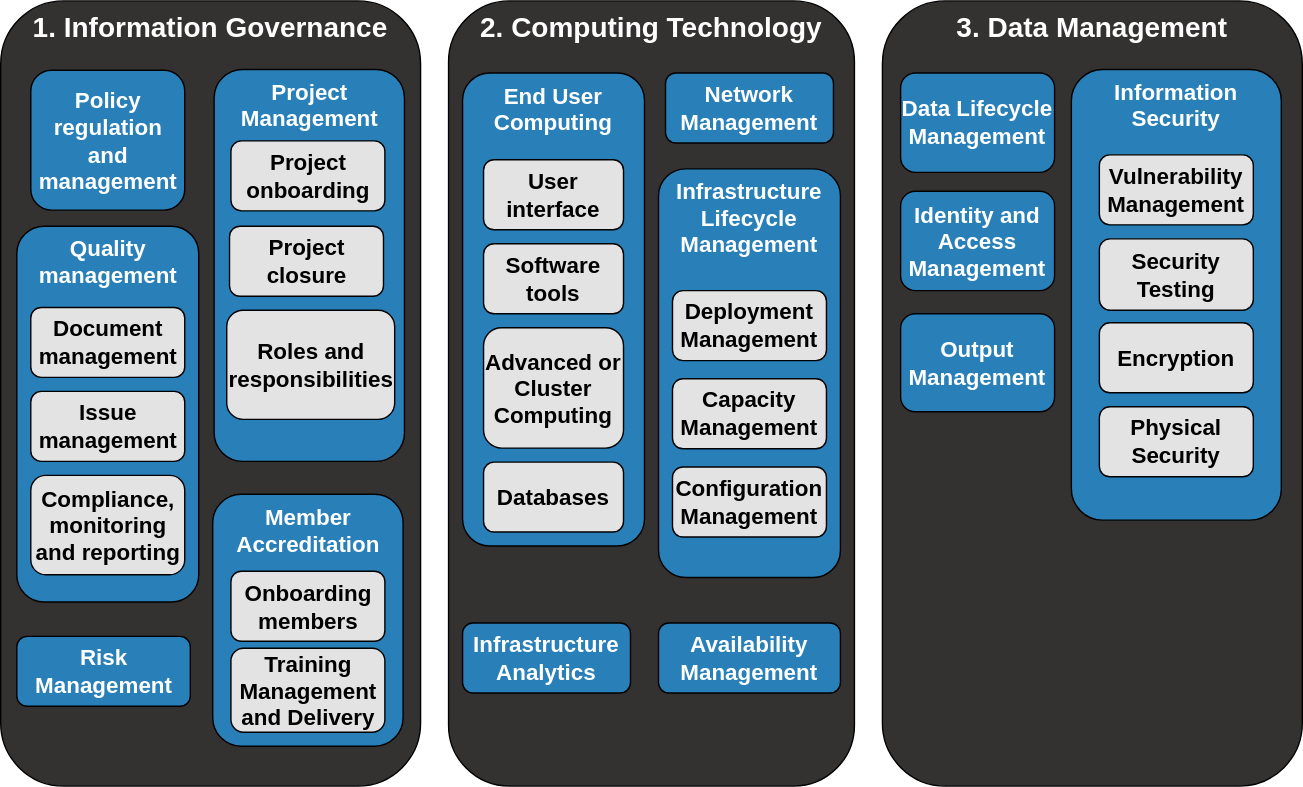
Before: docs/images/Capability_Map/full.drawio.svg, a diagram exported from draw.io (sa-tre/satre-specification). Source tidied: cells renumbered, new cells last; positions are measured from the earlier drawing's top-left corner, leaving out a move shared by most shapes.
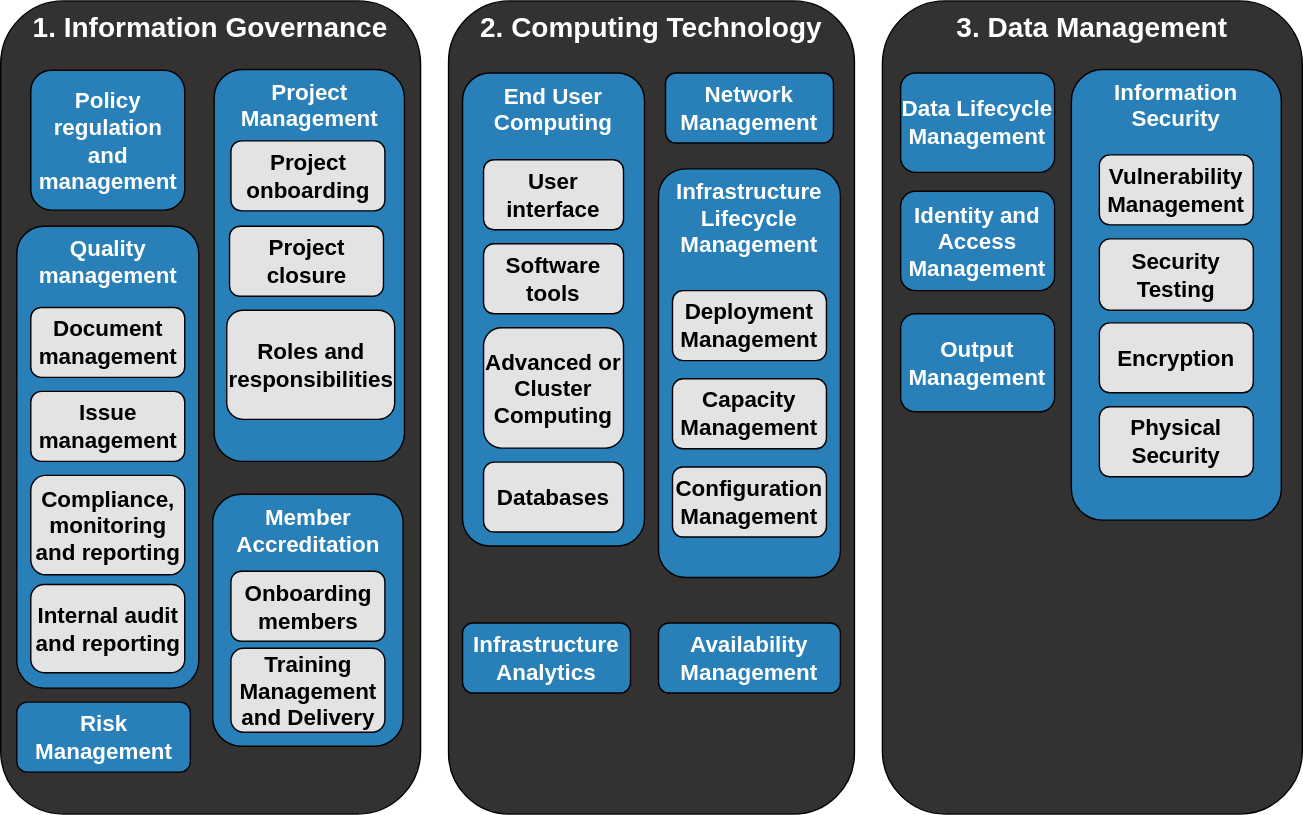
After the change.

Commit message:
restore Internal audit and reporting

The edit, as a diff of the source:
```diff
@@ -3,19 +3,19 @@
     <mxCell id="0" />
     <mxCell id="1" parent="0" />
     <mxCell id="2" value="&lt;font color=&quot;#ffffff&quot; style=&quot;font-size: 20px;&quot;&gt;2. Computing Technology&lt;/font&gt;" style="rounded=1;whiteSpace=wrap;html=1;fillColor=#343131;strokeColor=#000000;verticalAlign=top;fontSize=20;fontStyle=1;" parent="1" vertex="1">
-      <mxGeometry x="320" width="290" height="561" as="geometry" />
+      <mxGeometry x="320" width="290" height="581" as="geometry" />
     </mxCell>
     <mxCell id="3" value="&lt;font color=&quot;#ffffff&quot; style=&quot;font-size: 20px;&quot;&gt;1. Information Governance&lt;/font&gt;" style="rounded=1;whiteSpace=wrap;html=1;fillColor=#343131;strokeColor=#000000;verticalAlign=top;fontSize=20;fontStyle=1;" parent="1" vertex="1">
-      <mxGeometry width="300" height="561" as="geometry" />
+      <mxGeometry width="300" height="581" as="geometry" />
     </mxCell>
     <mxCell id="4" value="&lt;font color=&quot;#ffffff&quot; style=&quot;font-size: 20px;&quot;&gt;3. Data Management&lt;/font&gt;" style="rounded=1;whiteSpace=wrap;html=1;fillColor=#343131;strokeColor=#000000;verticalAlign=top;fontSize=20;fontStyle=1;gradientColor=none;" parent="1" vertex="1">
-      <mxGeometry x="630" width="300" height="561" as="geometry" />
+      <mxGeometry x="630" width="300" height="581" as="geometry" />
     </mxCell>
     <mxCell id="5" value="&lt;font style=&quot;font-size: 16px;&quot;&gt;Member Accreditation&lt;/font&gt;" style="rounded=1;whiteSpace=wrap;html=1;fillColor=#2980B9;strokeColor=#000000;verticalAlign=top;fontSize=16;fontStyle=1;fontColor=#FFFFFF;" parent="1" vertex="1">
       <mxGeometry x="151.5" y="352.5" width="136" height="180" as="geometry" />
     </mxCell>
     <mxCell id="6" value="&lt;font style=&quot;font-size: 16px;&quot;&gt;Risk Management&lt;/font&gt;" style="rounded=1;whiteSpace=wrap;html=1;fillColor=#2980B9;strokeColor=#000000;fontSize=16;fontStyle=1;fontColor=#FFFFFF;" parent="1" vertex="1">
-      <mxGeometry x="11.5" y="454" width="124" height="50" as="geometry" />
+      <mxGeometry x="11.5" y="501" width="124" height="50" as="geometry" />
     </mxCell>
     <mxCell id="7" value="&lt;font style=&quot;font-size: 16px;&quot;&gt;Training Management and Delivery&lt;/font&gt;" style="rounded=1;whiteSpace=wrap;html=1;fillColor=#E3E3E3;strokeColor=#000000;fontSize=16;fontStyle=1;fontColor=#000000;labelBorderColor=none;" parent="1" vertex="1">
       <mxGeometry x="164.5" y="462.5" width="110" height="60" as="geometry" />
@@ -69,7 +69,7 @@
       <mxGeometry x="21.5" y="49.5" width="110" height="100" as="geometry" />
     </mxCell>
     <mxCell id="24" value="&lt;font style=&quot;font-size: 16px;&quot;&gt;Quality management&lt;/font&gt;" style="rounded=1;whiteSpace=wrap;html=1;fillColor=#2980B9;strokeColor=#000000;verticalAlign=top;fontSize=16;fontStyle=1;fontColor=#FFFFFF;" parent="1" vertex="1">
-      <mxGeometry x="11.5" y="161" width="130" height="268.5" as="geometry" />
+      <mxGeometry x="11.5" y="161" width="130" height="330" as="geometry" />
     </mxCell>
     <mxCell id="25" value="&lt;font style=&quot;font-size: 16px;&quot;&gt;Document management&lt;/font&gt;" style="rounded=1;whiteSpace=wrap;html=1;fillColor=#E3E3E3;strokeColor=#000000;fontSize=16;fontStyle=1;fontColor=#000000;labelBorderColor=none;" parent="1" vertex="1">
       <mxGeometry x="21.5" y="219" width="110" height="50" as="geometry" />
@@ -110,5 +110,8 @@
     <mxCell id="37" value="&lt;font style=&quot;font-size: 16px;&quot;&gt;Availability Management&lt;/font&gt;" style="rounded=1;whiteSpace=wrap;html=1;fillColor=#2980B9;strokeColor=#000000;fontSize=16;fontStyle=1;fontColor=#FFFFFF;" parent="1" vertex="1">
       <mxGeometry x="470" y="444.5" width="130" height="50" as="geometry" />
     </mxCell>
+    <mxCell id="38" value="&lt;font style=&quot;font-size: 16px;&quot;&gt;Internal audit and reporting&lt;/font&gt;" style="rounded=1;whiteSpace=wrap;html=1;fillColor=#E3E3E3;strokeColor=#000000;fontSize=16;fontStyle=1;fontColor=#000000;labelBorderColor=none;" parent="1" vertex="1">
+      <mxGeometry x="21.5" y="417" width="110" height="63" as="geometry" />
+    </mxCell>
   </root>
 </mxGraphModel>
```
